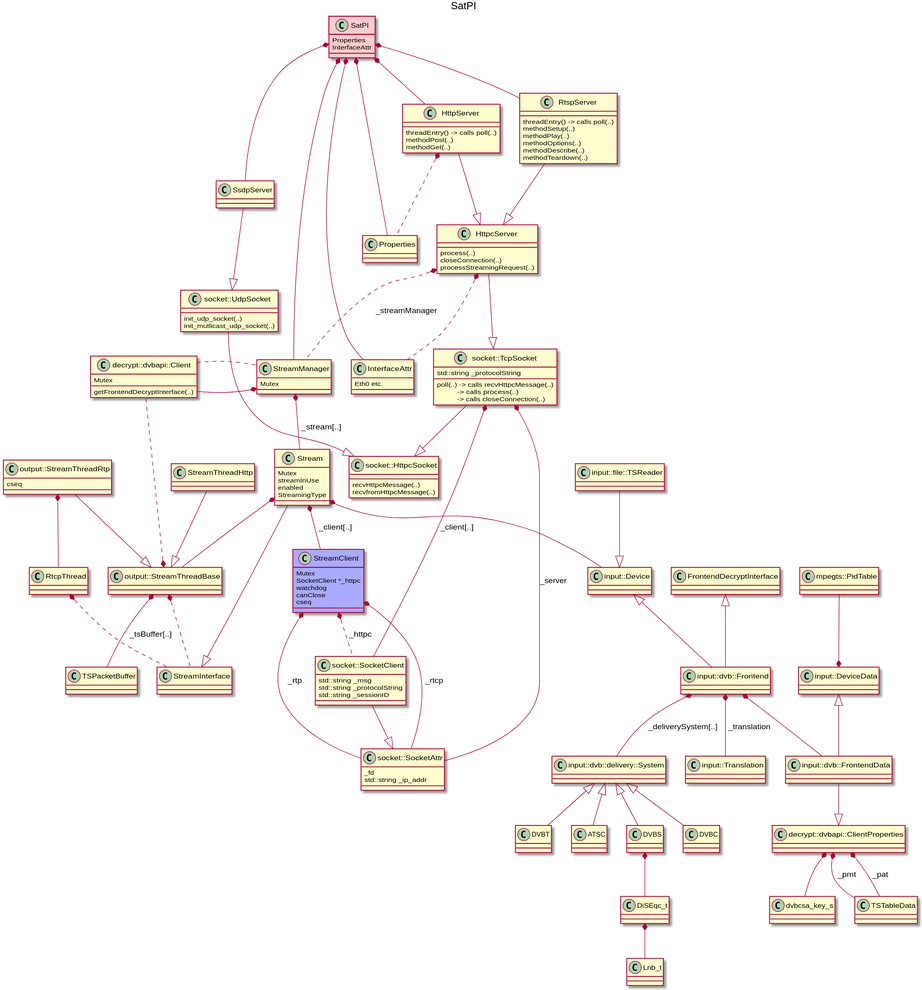
Barracuda09/SATPI keeps this PlantUML diagram as SatPI.svg. Above is the earlier version. Its source is kept beside it as SatPI.plantuml.
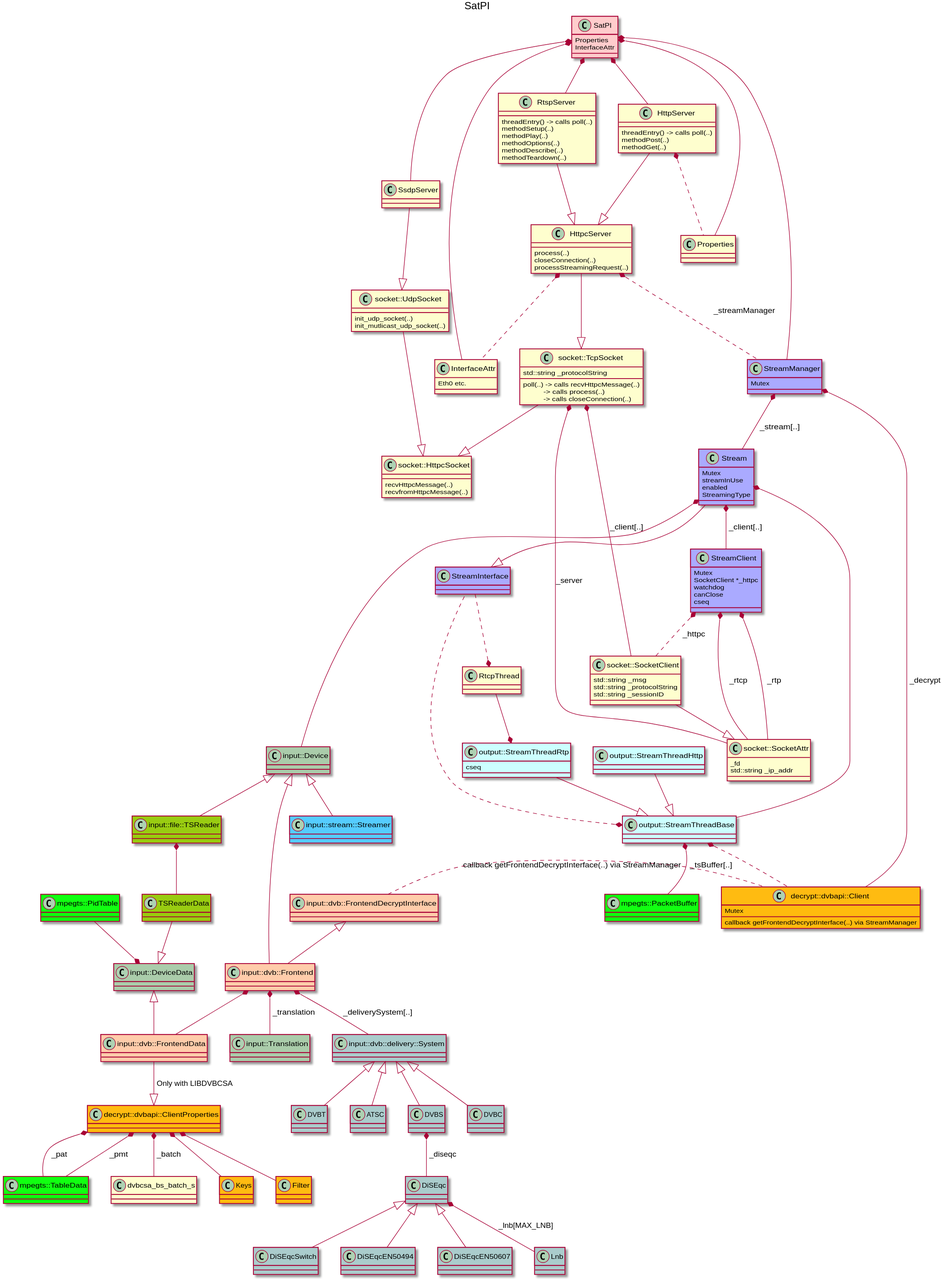
After the change.

Diff of the diagram source:
```diff
@@ -83,20 +83,33 @@
   processStreamingRequest(..)
 }
 
+class RtcpThread
+
+class StreamInterface #aaaaff
+StreamInterface ..* RtcpThread
+
 Stream --|> StreamInterface
 Stream *-- StreamClient : " _client[..] "
 Stream *-- input::Device
 Stream *-- output::StreamThreadBase
-class Stream {
+class Stream #aaaaff {
   Mutex
   streamInUse
   enabled
   StreamingType
 }
 
+class decrypt::dvbapi::Client           #ffbb11 {
+  Mutex
+  callback getFrontendDecryptInterface(..) via StreamManager
+}
+class decrypt::dvbapi::ClientProperties #ffbb11
+class Keys                              #ffbb11
+class Filter                            #ffbb11
+
 StreamManager *-- Stream : " _stream[..] "
-StreamManager *-- decrypt::dvbapi::Client
-class StreamManager {
+StreamManager *-- decrypt::dvbapi::Client : " _decrypt "
+class StreamManager #aaaaff {
   Mutex
 }
 
@@ -111,40 +124,59 @@
   cseq
 }
 
+class mpegts::PacketBuffer  #11ff11
+class mpegts::TableData     #11ff11
+class mpegts::PidTable      #11ff11
+
 output::StreamThreadBase *.. decrypt::dvbapi::Client
-output::StreamThreadBase *-- TSPacketBuffer : " _tsBuffer[..] "
+output::StreamThreadBase *-- mpegts::PacketBuffer : " _tsBuffer[..] "
 output::StreamThreadBase *.. StreamInterface
-class output::StreamThreadBase {
-}
+class output::StreamThreadBase #ccffff
 
 
+RtcpThread --* output::StreamThreadRtp
+
 output::StreamThreadRtp --|> output::StreamThreadBase
-output::StreamThreadRtp *-- RtcpThread
-class output::StreamThreadRtp {
+class output::StreamThreadRtp #ccffff {
   cseq
 }
 
-RtcpThread *.. StreamInterface
-class RtcpThread {
-}
+output::StreamThreadHttp --|> output::StreamThreadBase
+class output::StreamThreadHttp #ccffff
 
-StreamThreadHttp --|> output::StreamThreadBase
+class input::stream::Streamer #55ccff
+input::Device <|-- input::stream::Streamer
 
-decrypt::dvbapi::Client  .  StreamManager
-class decrypt::dvbapi::Client {
-  Mutex
-  getFrontendDecryptInterface(..)
-}
+input::dvb::FrontendDecryptInterface  .  decrypt::dvbapi::Client : " callback getFrontendDecryptInterface(..) via StreamManager "
 
-input::file::TSReader --|> input::Device
+class input::file::TSReader     #99cc11
+class TSReaderData              #99cc11
+
+input::Device <|-- input::file::TSReader
+input::file::TSReader *-- TSReaderData
+
+TSReaderData --|> input::DeviceData
 
 input::Device <|-- input::dvb::Frontend
-FrontendDecryptInterface <|-- input::dvb::Frontend
+class input::Device      #aaccaa
+class input::Translation #aaccaa
+class input::DeviceData  #aaccaa
+
+input::dvb::FrontendDecryptInterface <|-- input::dvb::Frontend
+
+class input::dvb::FrontendDecryptInterface #ffccaa
+class input::dvb::Frontend                 #ffccaa
+class input::dvb::FrontendData             #ffccaa
 
 input::dvb::Frontend *-- input::dvb::delivery::System : " _deliverySystem[..] "
 input::dvb::Frontend *-- input::dvb::FrontendData
 input::dvb::Frontend *-- input::Translation : " _translation "
 
+class input::dvb::delivery::System #aacccc
+class DVBS                         #aacccc
+class DVBC                         #aacccc
+class DVBT                         #aacccc
+class ATSC                         #aacccc
 
 input::dvb::delivery::System <|-- DVBS
 input::dvb::delivery::System <|-- DVBC
@@ -152,17 +184,30 @@
 input::dvb::delivery::System <|-- ATSC
 
 
-DVBS *-- DiSEqc_t
+class DiSEqcSwitch  #aacccc
+class DiSEqcEN50494 #aacccc
+class DiSEqcEN50607 #aacccc
+class DiSEqc        #aacccc
+class Lnb           #aacccc
 
-DiSEqc_t *-- Lnb_t
+DiSEqc <|-- DiSEqcSwitch
+DiSEqc <|-- DiSEqcEN50494
+DiSEqc <|-- DiSEqcEN50607
 
-decrypt::dvbapi::ClientProperties *-- dvbcsa_key_s
-decrypt::dvbapi::ClientProperties *-- TSTableData : " _pat "
-decrypt::dvbapi::ClientProperties *-- TSTableData : " _pmt "
+DVBS *-- DiSEqc : " _diseqc "
+
+DiSEqc *-- Lnb : " _lnb[MAX_LNB] "
+
+decrypt::dvbapi::ClientProperties *-- dvbcsa_bs_batch_s : " _batch "
+decrypt::dvbapi::ClientProperties *-- mpegts::TableData : " _pat "
+decrypt::dvbapi::ClientProperties *-- mpegts::TableData : " _pmt "
+decrypt::dvbapi::ClientProperties *-- Filter
+decrypt::dvbapi::ClientProperties *-- Keys
 
 input::DeviceData <|-- input::dvb::FrontendData
 mpegts::PidTable --* input::DeviceData
 
-input::dvb::FrontendData --|> decrypt::dvbapi::ClientProperties
+
+input::dvb::FrontendData --|> decrypt::dvbapi::ClientProperties : " Only with LIBDVBCSA "
 
 @enduml
```
